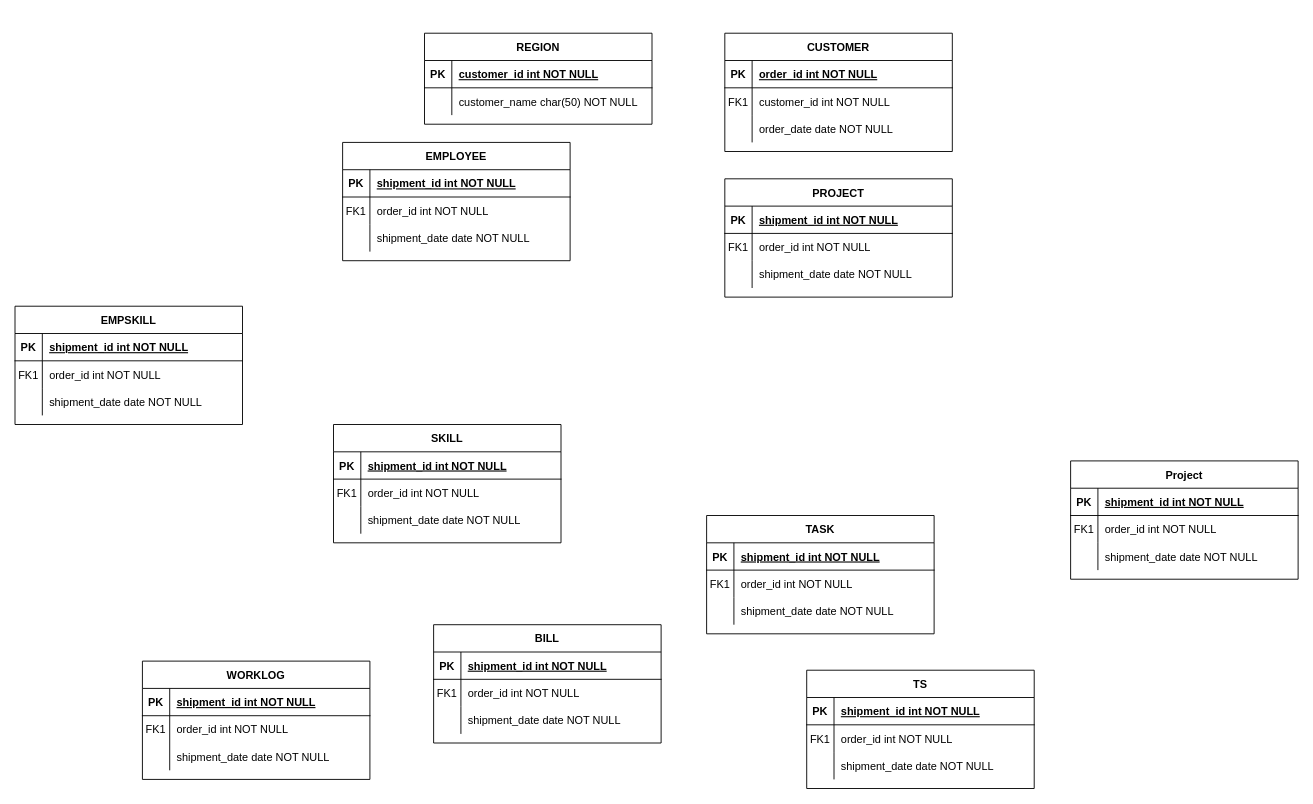
Above: Case 11 ERD.drawio in kwoehrer/DatabaseHw (draw.io), before the change. Source tidied: cells renumbered, new cells numbered last; positions are measured from the earlier drawing's top-left corner, leaving out a move shared by most shapes. Both pictures are drawn from the tidied source at 91%, with x=0, y=0 at pixel (15, 33).
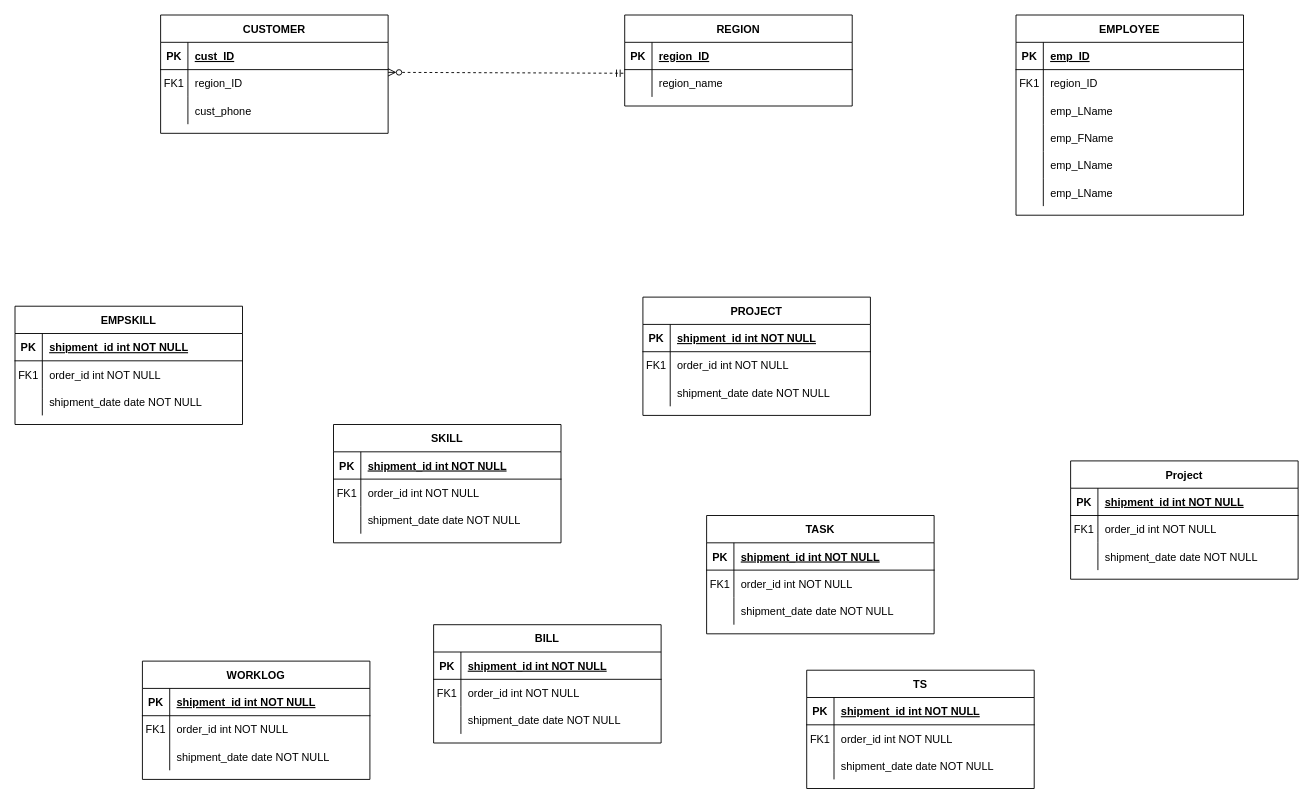
The same page after the edit.

Unchanged cells that the change refers to:
```xml
<mxCell id="3" style="shape=partialRectangle;fillColor=none;top=0;left=0;right=0;bottom=1;" parent="2" vertex="1">
  <mxGeometry y="30" width="250" height="30" as="geometry" />
</mxCell>
<mxCell id="6" style="shape=partialRectangle;fillColor=none;points=[[0,0.5],[1,0.5]];portConstraint=eastwest;top=0;left=0;right=0;bottom=0;" parent="2" vertex="1">
  <mxGeometry y="60" width="250" height="30" as="geometry" />
</mxCell>
<mxCell id="9" style="shape=partialRectangle;fillColor=none;top=0;left=0;right=0;bottom=0;" parent="2" vertex="1">
  <mxGeometry y="90" width="250" height="30" as="geometry" />
</mxCell>
<mxCell id="23" style="shape=partialRectangle;fillColor=none;top=0;left=0;right=0;bottom=1;" parent="22" vertex="1">
  <mxGeometry y="30" width="250" height="30" as="geometry" />
</mxCell>
<mxCell id="26" style="shape=partialRectangle;fillColor=none;points=[[0,0.5],[1,0.5]];portConstraint=eastwest;top=0;left=0;right=0;bottom=0;" parent="22" vertex="1">
  <mxGeometry y="60" width="250" height="30" as="geometry" />
</mxCell>
<mxCell id="40" style="shape=partialRectangle;fillColor=none;top=0;left=0;right=0;bottom=1;" parent="39" vertex="1">
  <mxGeometry y="30" width="250" height="30" as="geometry" />
</mxCell>
<mxCell id="43" style="shape=partialRectangle;fillColor=none;top=0;left=0;right=0;bottom=0;" parent="39" vertex="1">
  <mxGeometry y="60" width="250" height="30" as="geometry" />
</mxCell>
<mxCell id="46" style="shape=partialRectangle;fillColor=none;top=0;left=0;right=0;bottom=0;" parent="39" vertex="1">
  <mxGeometry y="90" width="250" height="30" as="geometry" />
</mxCell>
```

What changed in the source:
```diff
@@
     <mxCell id="2" value="CUSTOMER" style="shape=table;startSize=30;childLayout=tableLayout;rowLines=0;fontStyle=1;align=center;" parent="1" vertex="1">
-      <mxGeometry x="780" width="250" height="130" as="geometry" />
+      <mxGeometry x="160" y="-20" width="250" height="130" as="geometry" />
     </mxCell>
@@
-    <mxCell id="5" value="order_id int NOT NULL " style="shape=partialRectangle;overflow=hidden;fillColor=none;top=0;left=0;bottom=0;right=0;align=left;spacingLeft=6;fontStyle=5;" parent="3" vertex="1">
+    <mxCell id="5" value="cust_ID" style="shape=partialRectangle;overflow=hidden;fillColor=none;top=0;left=0;bottom=0;right=0;align=left;spacingLeft=6;fontStyle=5;" parent="3" vertex="1">
       <mxGeometry x="30" width="220" height="30" as="geometry" />
     </mxCell>
@@
-    <mxCell id="8" value="customer_id int NOT NULL" style="shape=partialRectangle;overflow=hidden;fillColor=none;top=0;left=0;bottom=0;right=0;align=left;spacingLeft=6;" parent="6" vertex="1">
+    <mxCell id="8" value="region_ID" style="shape=partialRectangle;overflow=hidden;fillColor=none;top=0;left=0;bottom=0;right=0;align=left;spacingLeft=6;" parent="6" vertex="1">
       <mxGeometry x="30" width="220" height="30" as="geometry" />
     </mxCell>
@@
-    <mxCell id="11" value="order_date date NOT NULL" style="shape=partialRectangle;overflow=hidden;fillColor=none;top=0;left=0;bottom=0;right=0;align=left;spacingLeft=6;" parent="9" vertex="1">
+    <mxCell id="11" value="cust_phone" style="shape=partialRectangle;overflow=hidden;fillColor=none;top=0;left=0;bottom=0;right=0;align=left;spacingLeft=6;" parent="9" vertex="1">
       <mxGeometry x="30" width="220" height="30" as="geometry" />
     </mxCell>
     <mxCell id="12" value="PROJECT" style="shape=table;startSize=30;childLayout=tableLayout;rowLines=0;fontStyle=1;align=center;" parent="1" vertex="1">
-      <mxGeometry x="780" y="160" width="250" height="130" as="geometry" />
+      <mxGeometry x="690" y="290" width="250" height="130" as="geometry" />
     </mxCell>
@@
     <mxCell id="22" value="REGION" style="shape=table;startSize=30;childLayout=tableLayout;rowLines=0;fontStyle=1;align=center;" parent="1" vertex="1">
-      <mxGeometry x="450" width="250" height="100" as="geometry" />
+      <mxGeometry x="670" y="-20" width="250" height="100" as="geometry" />
     </mxCell>
@@
-    <mxCell id="25" value="customer_id int NOT NULL " style="shape=partialRectangle;overflow=hidden;fillColor=none;top=0;left=0;bottom=0;right=0;align=left;spacingLeft=6;fontStyle=5;" parent="23" vertex="1">
+    <mxCell id="25" value="region_ID" style="shape=partialRectangle;overflow=hidden;fillColor=none;top=0;left=0;bottom=0;right=0;align=left;spacingLeft=6;fontStyle=5;" parent="23" vertex="1">
       <mxGeometry x="30" width="220" height="30" as="geometry" />
     </mxCell>
@@
-    <mxCell id="28" value="customer_name char(50) NOT NULL" style="shape=partialRectangle;overflow=hidden;fillColor=none;top=0;left=0;bottom=0;right=0;align=left;spacingLeft=6;" parent="26" vertex="1">
+    <mxCell id="28" value="region_name" style="shape=partialRectangle;overflow=hidden;fillColor=none;top=0;left=0;bottom=0;right=0;align=left;spacingLeft=6;" parent="26" vertex="1">
       <mxGeometry x="30" width="220" height="30" as="geometry" />
     </mxCell>
@@
     <mxCell id="39" value="EMPLOYEE" style="shape=table;startSize=30;childLayout=tableLayout;rowLines=0;fontStyle=1;align=center;" parent="1" vertex="1">
-      <mxGeometry x="360" y="120" width="250" height="130" as="geometry" />
+      <mxGeometry x="1100" y="-20" width="250" height="220" as="geometry" />
     </mxCell>
@@
-    <mxCell id="42" value="shipment_id int NOT NULL " style="shape=partialRectangle;overflow=hidden;fillColor=none;top=0;left=0;bottom=0;right=0;align=left;spacingLeft=6;fontStyle=5;" parent="40" vertex="1">
+    <mxCell id="42" value="emp_ID" style="shape=partialRectangle;overflow=hidden;fillColor=none;top=0;left=0;bottom=0;right=0;align=left;spacingLeft=6;fontStyle=5;" parent="40" vertex="1">
       <mxGeometry x="30" width="220" height="30" as="geometry" />
     </mxCell>
@@
-    <mxCell id="45" value="order_id int NOT NULL" style="shape=partialRectangle;overflow=hidden;fillColor=none;top=0;left=0;bottom=0;right=0;align=left;spacingLeft=6;" parent="43" vertex="1">
+    <mxCell id="45" value="region_ID" style="shape=partialRectangle;overflow=hidden;fillColor=none;top=0;left=0;bottom=0;right=0;align=left;spacingLeft=6;" parent="43" vertex="1">
       <mxGeometry x="30" width="220" height="30" as="geometry" />
     </mxCell>
@@
-    <mxCell id="48" value="shipment_date date NOT NULL" style="shape=partialRectangle;overflow=hidden;fillColor=none;top=0;left=0;bottom=0;right=0;align=left;spacingLeft=6;" parent="46" vertex="1">
+    <mxCell id="48" value="emp_LName" style="shape=partialRectangle;overflow=hidden;fillColor=none;top=0;left=0;bottom=0;right=0;align=left;spacingLeft=6;" parent="46" vertex="1">
       <mxGeometry x="30" width="220" height="30" as="geometry" />
     </mxCell>
+    <mxCell id="109" style="shape=partialRectangle;fillColor=none;top=0;left=0;right=0;bottom=0;" parent="39" vertex="1">
+      <mxGeometry y="120" width="250" height="30" as="geometry" />
+    </mxCell>
+    <mxCell id="110" style="shape=partialRectangle;overflow=hidden;fillColor=none;top=0;left=0;bottom=0;right=0;" parent="109" vertex="1">
+      <mxGeometry width="30" height="30" as="geometry" />
+    </mxCell>
+    <mxCell id="111" value="emp_FName" style="shape=partialRectangle;overflow=hidden;fillColor=none;top=0;left=0;bottom=0;right=0;align=left;spacingLeft=6;" parent="109" vertex="1">
+      <mxGeometry x="30" width="220" height="30" as="geometry" />
+    </mxCell>
+    <mxCell id="112" style="shape=partialRectangle;fillColor=none;top=0;left=0;right=0;bottom=0;" parent="39" vertex="1">
+      <mxGeometry y="150" width="250" height="30" as="geometry" />
+    </mxCell>
+    <mxCell id="113" style="shape=partialRectangle;overflow=hidden;fillColor=none;top=0;left=0;bottom=0;right=0;" parent="112" vertex="1">
+      <mxGeometry width="30" height="30" as="geometry" />
+    </mxCell>
+    <mxCell id="114" value="emp_LName" style="shape=partialRectangle;overflow=hidden;fillColor=none;top=0;left=0;bottom=0;right=0;align=left;spacingLeft=6;" parent="112" vertex="1">
+      <mxGeometry x="30" width="220" height="30" as="geometry" />
+    </mxCell>
+    <mxCell id="115" style="shape=partialRectangle;fillColor=none;top=0;left=0;right=0;bottom=0;" parent="39" vertex="1">
+      <mxGeometry y="180" width="250" height="30" as="geometry" />
+    </mxCell>
+    <mxCell id="116" style="shape=partialRectangle;overflow=hidden;fillColor=none;top=0;left=0;bottom=0;right=0;" parent="115" vertex="1">
+      <mxGeometry width="30" height="30" as="geometry" />
+    </mxCell>
+    <mxCell id="117" value="emp_LName" style="shape=partialRectangle;overflow=hidden;fillColor=none;top=0;left=0;bottom=0;right=0;align=left;spacingLeft=6;" parent="115" vertex="1">
+      <mxGeometry x="30" width="220" height="30" as="geometry" />
+    </mxCell>
@@
+    <mxCell id="118" style="endArrow=ERmandOne;html=1;rounded=0;exitX=1;exitY=0.1;exitDx=0;exitDy=0;exitPerimeter=0;entryX=-0.004;entryY=0.133;entryDx=0;entryDy=0;entryPerimeter=0;fillColor=#fff2cc;strokeColor=#000000;dashed=1;startArrow=ERzeroToMany;startFill=0;endFill=0;" parent="1" edge="1" source="6" target="26">
+      <mxGeometry relative="1" as="geometry" />
+    </mxCell>
```
